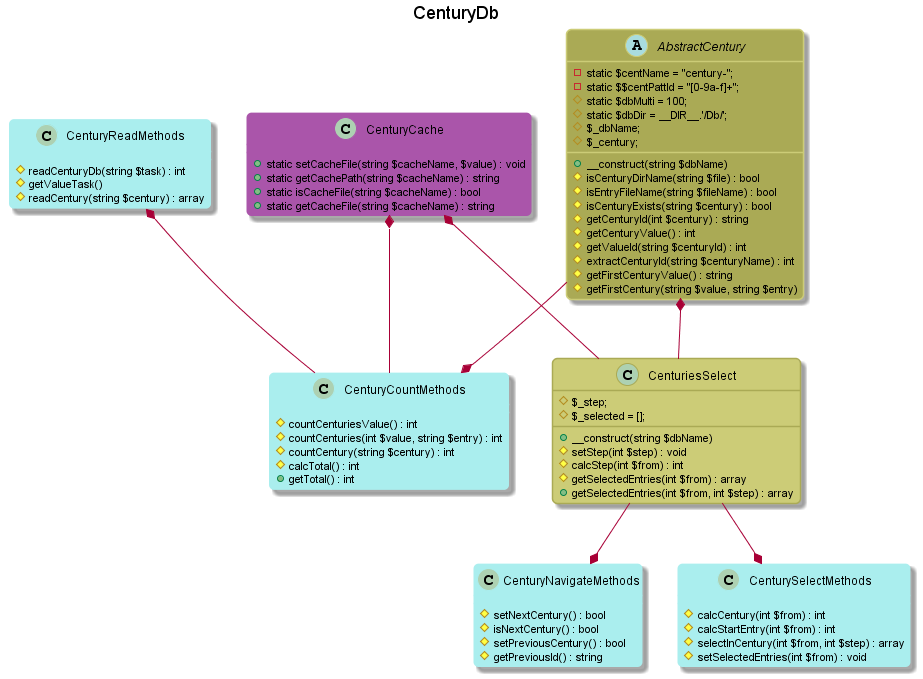
ohabille/maincore keeps this PlantUML diagram as diagrammesUml/CenturyDb.png. Above is the earlier version.
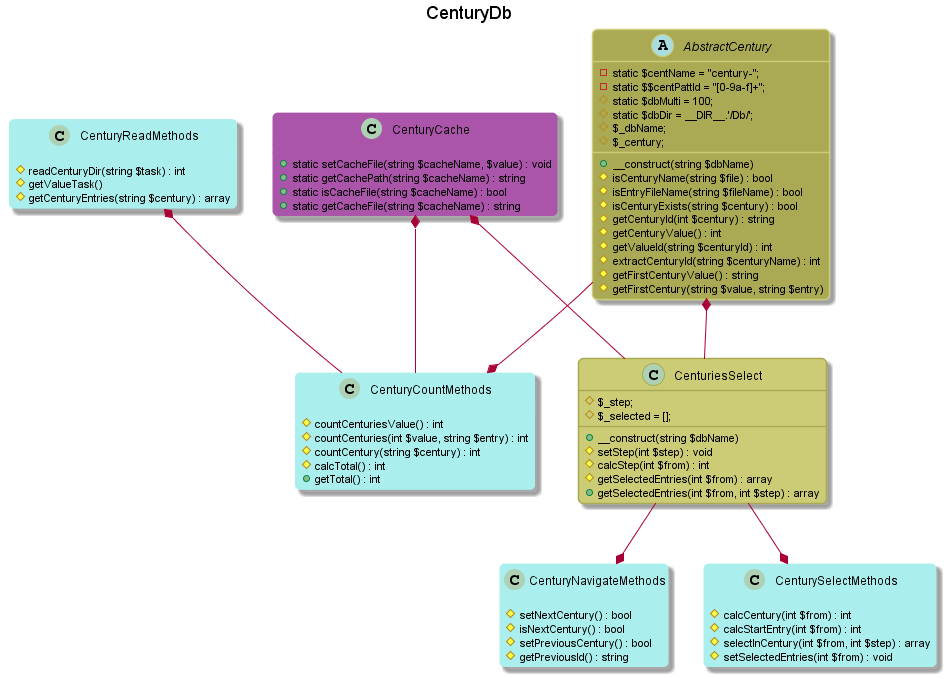
After the commit.

Change to the diagram source:
```diff
@@ -14,7 +14,7 @@
     #$_century;
 
     +__construct(string $dbName)
-    #isCenturyDirName(string $file) : bool
+    #isCenturyName(string $file) : bool
     #isEntryFileName(string $fileName) : bool
     #isCenturyExists(string $century) : bool
     #getCenturyId(int $century) : string
@@ -33,9 +33,9 @@
 }
 
 class CenturyReadMethods #AEE;line:AEE; {
-    #readCenturyDb(string $task) : int
+    #readCenturyDir(string $task) : int
     #getValueTask()
-    #readCentury(string $century) : array
+    #getCenturyEntries(string $century) : array
 }
 
 class CenturyCountMethods #AEE;line:AEE; {
```
